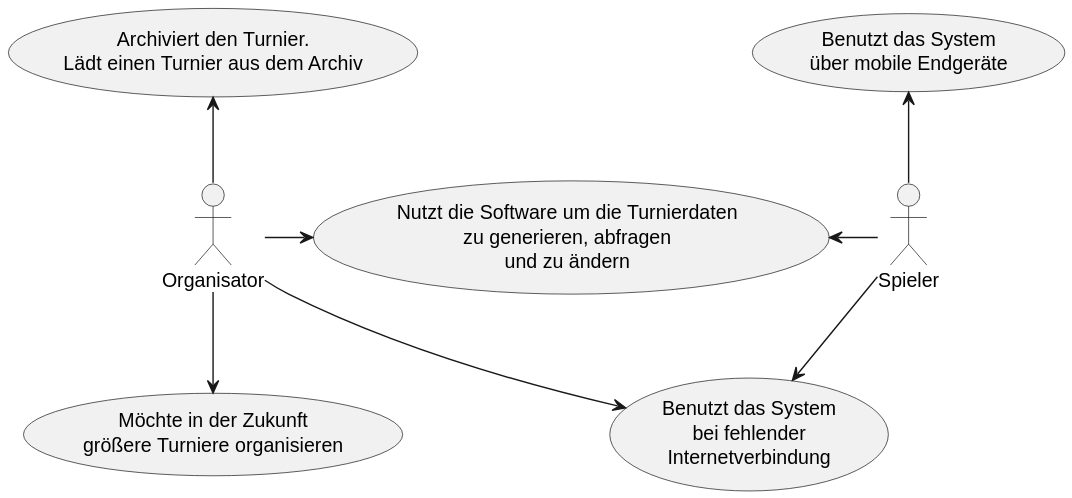
Above: docs/architecture/images/use-case.svg in max-htw/htwd-turnierauswertungssoftware (PlantUML), before the change. Its source is kept beside it as docs/architecture/plantuml/use-case.puml.
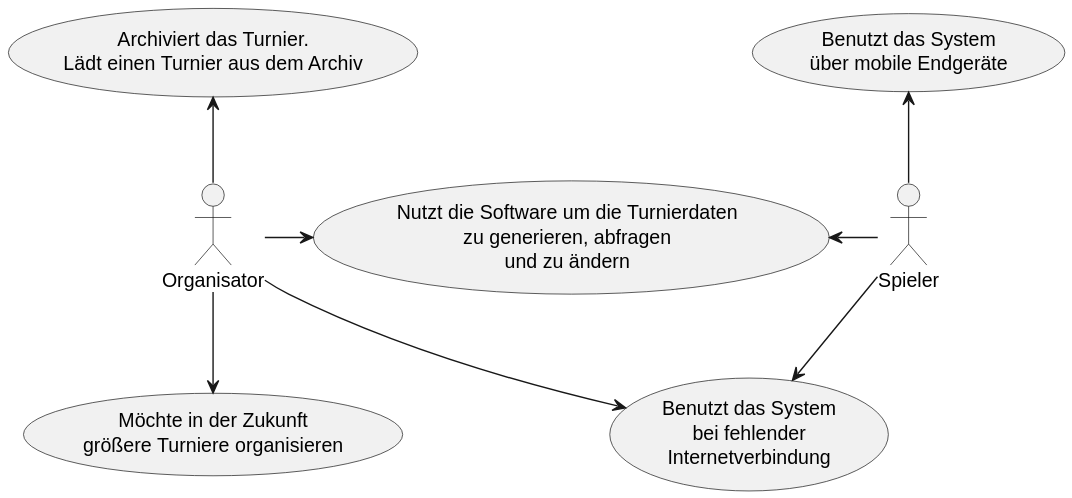
After the commit.

Commit message:
architecture-notebook: 6.6 Entscheidungen, 6.10.3 Use-Cases

Change to the diagram source:
```diff
@@ -1,6 +1,6 @@
 @startuml Use-Case-Diagram
 
-:Organisator: -u-> (Archiviert den Turnier.\nLädt einen Turnier aus dem Archiv)
+:Organisator: -u-> (Archiviert das Turnier.\nLädt einen Turnier aus dem Archiv)
 :Organisator: -r-> (Nutzt die Software um die Turnierdaten\nzu generieren, abfragen\nund zu ändern)
 :Spieler: -l-> (Nutzt die Software um die Turnierdaten\nzu generieren, abfragen\nund zu ändern)
 :Organisator: -d-> (Möchte in der Zukunft\ngrößere Turniere organisieren)
```
